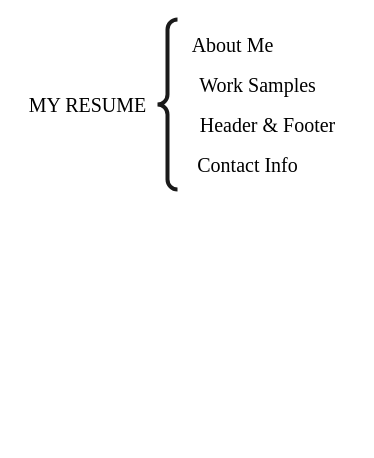
Above: Untitled Diagram.drawio in AmirWorkSamples/firstTry (draw.io), before the change. Source tidied: cells renumbered, new cells numbered last; positions are measured from the earlier drawing's top-left corner, leaving out a move shared by most shapes. Both pictures are drawn from the tidied source at 100%, with x=0, y=0 at pixel (17, 19).
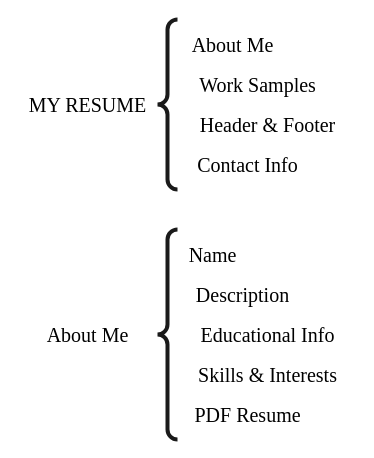
Above is the later version.

The edit, as a diff of the source:
```diff
@@
 <mxGraphModel>
   <root>
     <mxCell id="0" />
     <mxCell id="1" parent="0" />
     <mxCell id="2" style="labelPosition=right;align=left;strokeWidth=4;shape=mxgraph.mockup.markup.curlyBrace;html=1;shadow=0;dashed=0;direction=north;strokeColor=#1A1A1A;" parent="1" vertex="1">
       <mxGeometry x="140" width="20" height="170" as="geometry" />
     </mxCell>
     <mxCell id="3" value="MY RESUME" style="text;html=1;align=center;verticalAlign=middle;fontSize=20;fontFamily=Garamond;" parent="1" vertex="1">
       <mxGeometry y="70" width="140" height="30" as="geometry" />
     </mxCell>
     <mxCell id="4" value="About Me" style="text;html=1;align=center;verticalAlign=middle;fontSize=20;fontFamily=Garamond;" parent="1" vertex="1">
       <mxGeometry x="160" y="10" width="110" height="30" as="geometry" />
     </mxCell>
     <mxCell id="5" value="Work Samples" style="text;html=1;align=center;verticalAlign=middle;fontSize=20;fontFamily=Garamond;" parent="1" vertex="1">
       <mxGeometry x="160" y="50" width="160" height="30" as="geometry" />
     </mxCell>
     <mxCell id="6" value="Header &amp;amp; Footer" style="text;html=1;align=center;verticalAlign=middle;fontSize=20;fontFamily=Garamond;" parent="1" vertex="1">
       <mxGeometry x="160" y="90" width="180" height="30" as="geometry" />
     </mxCell>
     <mxCell id="7" value="Contact Info" style="text;html=1;align=center;verticalAlign=middle;fontSize=20;fontFamily=Garamond;" parent="1" vertex="1">
       <mxGeometry x="160" y="130" width="140" height="30" as="geometry" />
     </mxCell>
+    <mxCell id="8" style="labelPosition=right;align=left;strokeWidth=4;shape=mxgraph.mockup.markup.curlyBrace;html=1;shadow=0;dashed=0;direction=north;strokeColor=#1A1A1A;" parent="1" vertex="1">
+      <mxGeometry x="140" y="210" width="20" height="210" as="geometry" />
+    </mxCell>
+    <mxCell id="9" value="About Me" style="text;html=1;align=center;verticalAlign=middle;fontSize=20;fontFamily=Garamond;" parent="1" vertex="1">
+      <mxGeometry x="15" y="300" width="110" height="30" as="geometry" />
+    </mxCell>
+    <mxCell id="10" value="Name" style="text;html=1;align=center;verticalAlign=middle;fontSize=20;fontFamily=Garamond;" parent="1" vertex="1">
+      <mxGeometry x="160" y="220" width="70" height="30" as="geometry" />
+    </mxCell>
+    <mxCell id="11" value="Description" style="text;html=1;align=center;verticalAlign=middle;fontSize=20;fontFamily=Garamond;" parent="1" vertex="1">
+      <mxGeometry x="160" y="260" width="130" height="30" as="geometry" />
+    </mxCell>
+    <mxCell id="12" value="Educational Info" style="text;html=1;align=center;verticalAlign=middle;fontSize=20;fontFamily=Garamond;" parent="1" vertex="1">
+      <mxGeometry x="160" y="300" width="180" height="30" as="geometry" />
+    </mxCell>
+    <mxCell id="13" value="Skills &amp;amp; Interests" style="text;html=1;align=center;verticalAlign=middle;fontSize=20;fontFamily=Garamond;" parent="1" vertex="1">
+      <mxGeometry x="160" y="340" width="180" height="30" as="geometry" />
+    </mxCell>
+    <mxCell id="14" value="PDF Resume" style="text;html=1;align=center;verticalAlign=middle;fontSize=20;fontFamily=Garamond;" parent="1" vertex="1">
+      <mxGeometry x="160" y="380" width="140" height="30" as="geometry" />
+    </mxCell>
   </root>
 </mxGraphModel>
```
